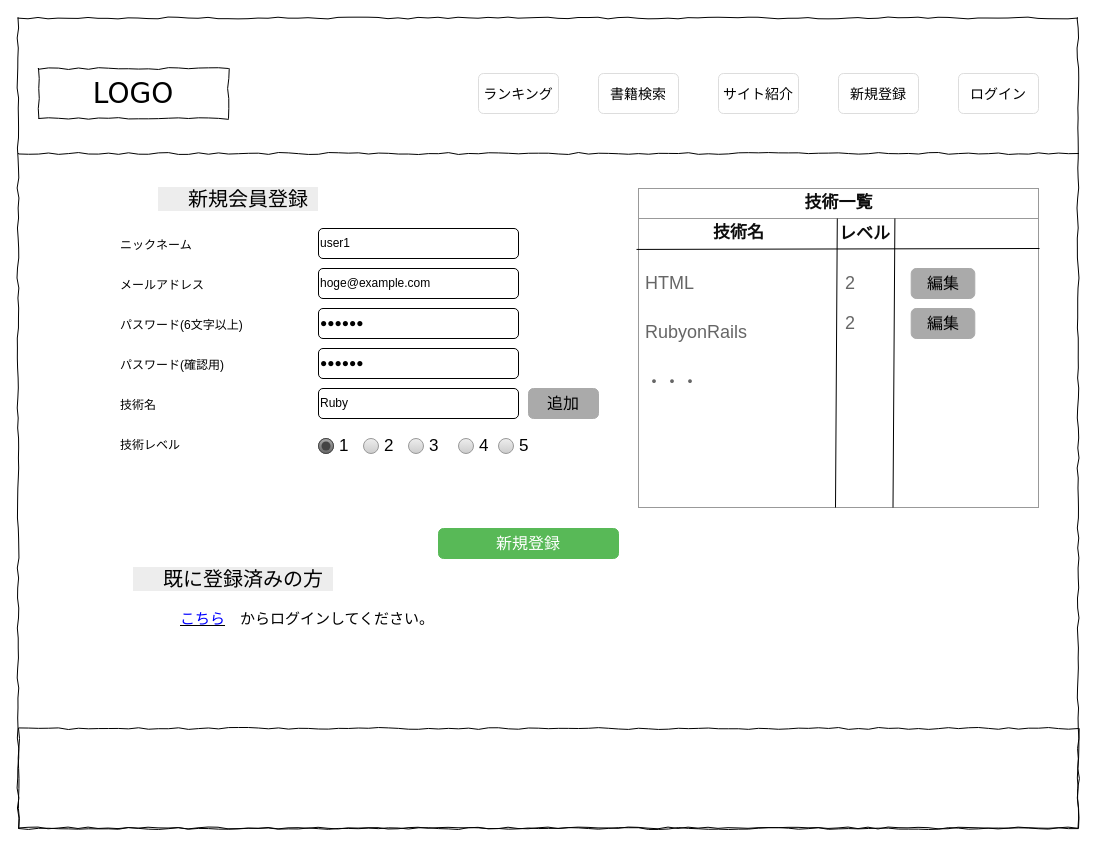
Above: page "会員登録" (5 of 21) of wire_TechnicalBookReviewers_user.drawio in MitsuruYako/TechnicalBookReviewers (draw.io), before the change. Source tidied: cells renumbered, new cells numbered last; positions are measured from the earlier drawing's top-left corner, leaving out a move shared by most shapes. Both pictures are drawn from the tidied source at 100%, with x=0, y=0 at pixel (18, 18).
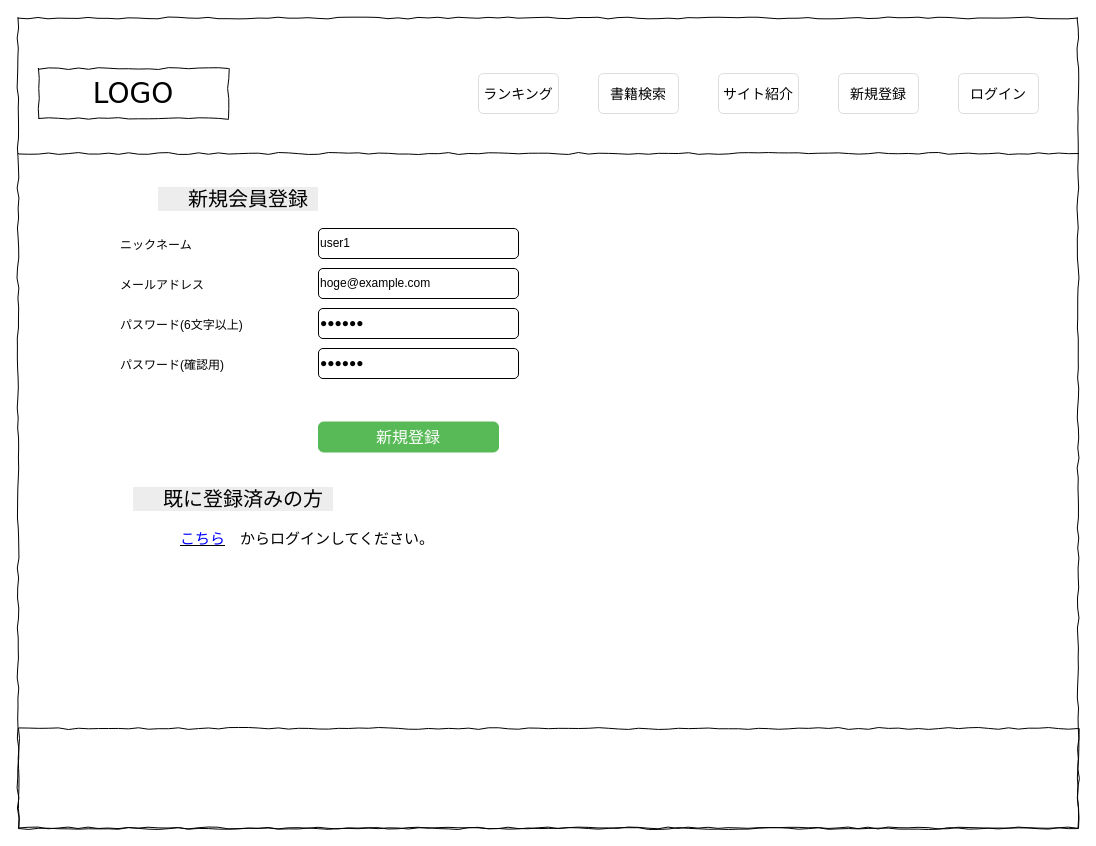
The same diagram, later.

Diff of the diagram source:
```diff
@@
-    <mxCell id="3" style="strokeWidth=1;shadow=0;dashed=0;align=center;html=1;shape=mxgraph.mockup.forms.rrect;rSize=0;strokeColor=#999999;fillColor=#ffffff;" parent="1" vertex="1">
-      <mxGeometry x="620" y="170" width="400" height="319" as="geometry" />
-    </mxCell>
-    <mxCell id="4" value="&lt;font color=&quot;#0d0d0d&quot;&gt;&lt;b&gt;技術名&lt;/b&gt;&lt;/font&gt;" style="strokeWidth=1;shadow=0;dashed=0;align=center;html=1;shape=mxgraph.mockup.forms.rrect;rSize=0;strokeColor=#FFFFFF;fontColor=#008cff;fontSize=17;fillColor=#ffffff;" parent="3" vertex="1">
-      <mxGeometry x="4.5" y="30" width="190.9" height="30" as="geometry" />
-    </mxCell>
-    <mxCell id="5" value="&lt;font color=&quot;#0d0d0d&quot;&gt;&lt;b&gt;レベル&lt;/b&gt;&lt;/font&gt;" style="strokeWidth=1;shadow=0;dashed=0;align=center;html=1;shape=mxgraph.mockup.forms.rrect;rSize=0;strokeColor=#FFFFFF;fontColor=#008cff;fontSize=17;fillColor=#ffffff;" parent="3" vertex="1">
-      <mxGeometry x="201" y="31" width="50" height="30" as="geometry" />
-    </mxCell>
-    <mxCell id="6" value="&lt;font color=&quot;#0d0d0d&quot;&gt;&lt;b&gt;技術一覧&lt;/b&gt;&lt;/font&gt;" style="strokeWidth=1;shadow=0;dashed=0;align=center;html=1;shape=mxgraph.mockup.forms.rrect;rSize=0;strokeColor=#999999;fontColor=#008cff;fontSize=17;fillColor=#ffffff;" parent="3" vertex="1">
-      <mxGeometry width="400" height="30" relative="1" as="geometry" />
-    </mxCell>
-    <mxCell id="7" style="endArrow=none;html=1;exitX=0.495;exitY=1;exitDx=0;exitDy=0;exitPerimeter=0;" parent="3" edge="1">
-      <mxGeometry relative="1" as="geometry">
-        <mxPoint x="197" y="319" as="sourcePoint" />
-        <mxPoint x="198.8" y="30" as="targetPoint" />
-      </mxGeometry>
-    </mxCell>
-    <mxCell id="8" style="endArrow=none;html=1;exitX=0.495;exitY=1;exitDx=0;exitDy=0;exitPerimeter=0;" parent="3" edge="1">
-      <mxGeometry relative="1" as="geometry">
-        <mxPoint x="254.5" y="319" as="sourcePoint" />
-        <mxPoint x="256.4" y="30" as="targetPoint" />
-      </mxGeometry>
-    </mxCell>
-    <mxCell id="9" value="&lt;span style=&quot;font-size: 18px&quot;&gt;HTML&lt;/span&gt;" style="strokeWidth=1;shadow=0;dashed=0;align=center;html=1;shape=mxgraph.mockup.forms.anchor;fontSize=17;fontColor=#666666;align=left;spacingLeft=5;" parent="3" vertex="1">
-      <mxGeometry width="181.82" height="50" relative="1" as="geometry">
-        <mxPoint y="70" as="offset" />
-      </mxGeometry>
-    </mxCell>
-    <mxCell id="10" value="&lt;font style=&quot;font-size: 18px&quot;&gt;RubyonRails&lt;/font&gt;" style="strokeWidth=1;shadow=0;dashed=0;align=center;html=1;shape=mxgraph.mockup.forms.anchor;fontSize=17;fontColor=#666666;align=left;spacingLeft=5;" parent="3" vertex="1">
-      <mxGeometry width="363.64" height="50" relative="1" as="geometry">
-        <mxPoint y="119" as="offset" />
-      </mxGeometry>
-    </mxCell>
-    <mxCell id="11" value="&lt;font style=&quot;font-size: 18px&quot;&gt;・・・&lt;/font&gt;" style="strokeWidth=1;shadow=0;dashed=0;align=center;html=1;shape=mxgraph.mockup.forms.anchor;fontSize=17;fontColor=#666666;align=left;spacingLeft=5;" parent="3" vertex="1">
-      <mxGeometry width="363.64" height="50" relative="1" as="geometry">
-        <mxPoint y="169" as="offset" />
-      </mxGeometry>
-    </mxCell>
-    <mxCell id="12" value="&lt;span style=&quot;font-size: 18px&quot;&gt;2&lt;/span&gt;" style="strokeWidth=1;shadow=0;dashed=0;align=center;html=1;shape=mxgraph.mockup.forms.anchor;fontSize=17;fontColor=#666666;align=left;spacingLeft=5;" parent="3" vertex="1">
-      <mxGeometry x="200" y="70" width="54.5" height="50" as="geometry" />
-    </mxCell>
-    <mxCell id="13" value="&lt;span style=&quot;font-size: 18px&quot;&gt;2&lt;/span&gt;" style="strokeWidth=1;shadow=0;dashed=0;align=center;html=1;shape=mxgraph.mockup.forms.anchor;fontSize=17;fontColor=#666666;align=left;spacingLeft=5;" parent="3" vertex="1">
-      <mxGeometry x="200" y="110" width="54.5" height="50" as="geometry" />
-    </mxCell>
-    <mxCell id="14" value="編集" style="html=1;shadow=0;dashed=0;shape=mxgraph.bootstrap.rrect;rSize=5;fillColor=#AAAAAA;align=center;strokeColor=#AAAAAA;fontColor=#000000;fontSize=16;whiteSpace=wrap;" parent="3" vertex="1">
-      <mxGeometry x="272.7" y="120" width="63.6" height="30" as="geometry" />
-    </mxCell>
-    <mxCell id="15" value="編集" style="html=1;shadow=0;dashed=0;shape=mxgraph.bootstrap.rrect;rSize=5;fillColor=#AAAAAA;align=center;strokeColor=#AAAAAA;fontColor=#000000;fontSize=16;whiteSpace=wrap;" parent="3" vertex="1">
-      <mxGeometry x="272.7" y="80" width="63.6" height="30" as="geometry" />
-    </mxCell>
-    <mxCell id="16" style="endArrow=none;html=1;exitX=-0.005;exitY=0.191;exitDx=0;exitDy=0;exitPerimeter=0;" parent="3" edge="1" source="3">
-      <mxGeometry relative="1" as="geometry">
-        <mxPoint x="401" y="60" as="targetPoint" />
-      </mxGeometry>
-    </mxCell>
@@
-    <mxCell id="25" value="&lt;span style=&quot;font-size: 12px&quot;&gt;技術名&lt;/span&gt;" style="text;html=1;strokeColor=none;fillColor=none;align=left;verticalAlign=middle;whiteSpace=wrap;rounded=0;fontSize=15;" parent="1" vertex="1">
-      <mxGeometry x="100" y="375" width="160" height="20" as="geometry" />
-    </mxCell>
-    <mxCell id="26" value="Ruby" style="rounded=1;whiteSpace=wrap;html=1;align=left;" parent="1" vertex="1">
-      <mxGeometry x="300" y="370" width="200" height="30" as="geometry" />
-    </mxCell>
@@
     <mxCell id="31" value="新規登録" style="html=1;shadow=0;dashed=0;shape=mxgraph.bootstrap.rrect;rSize=5;fillColor=#58B957;align=center;strokeColor=#58B957;fontColor=#ffffff;fontSize=16;whiteSpace=wrap;" parent="1" vertex="1">
-      <mxGeometry x="420" y="510" width="180" height="30" as="geometry" />
+      <mxGeometry x="300" y="403.5" width="180" height="30" as="geometry" />
     </mxCell>
     <mxCell id="32" value="&lt;u style=&quot;font-size: 15px&quot;&gt;&lt;font color=&quot;#0000ff&quot; style=&quot;font-size: 15px&quot;&gt;こちら&lt;/font&gt;&lt;/u&gt;　からログインしてください。" style="text;html=1;strokeColor=none;fillColor=none;align=left;verticalAlign=middle;whiteSpace=wrap;rounded=0;fontSize=15;" parent="1" vertex="1">
-      <mxGeometry x="160" y="590" width="296" height="20" as="geometry" />
+      <mxGeometry x="160" y="510" width="296" height="20" as="geometry" />
     </mxCell>
     <mxCell id="33" value="　既に登録済みの方　" style="text;html=1;strokeColor=none;fillColor=none;align=center;verticalAlign=middle;whiteSpace=wrap;rounded=0;labelBackgroundColor=#EDEDED;fontSize=20;" parent="1" vertex="1">
-      <mxGeometry x="20" y="550" width="390" height="20" as="geometry" />
+      <mxGeometry x="20" y="470" width="390" height="20" as="geometry" />
     </mxCell>
-    <mxCell id="34" value="&lt;span style=&quot;font-size: 12px&quot;&gt;技術レベル&lt;/span&gt;" style="text;html=1;strokeColor=none;fillColor=none;align=left;verticalAlign=middle;whiteSpace=wrap;rounded=0;fontSize=15;" parent="1" vertex="1">
-      <mxGeometry x="100" y="415" width="160" height="20" as="geometry" />
-    </mxCell>
-    <mxCell id="35" value="追加" style="html=1;shadow=0;dashed=0;shape=mxgraph.bootstrap.rrect;rSize=5;fillColor=#AAAAAA;align=center;strokeColor=#AAAAAA;fontColor=#000000;fontSize=16;whiteSpace=wrap;" parent="1" vertex="1">
-      <mxGeometry x="510" y="370" width="70" height="30" as="geometry" />
-    </mxCell>
-    <mxCell id="36" value="&lt;font color=&quot;#000000&quot;&gt;2&lt;/font&gt;" style="shape=ellipse;fillColor=#eeeeee;strokeColor=#999999;gradientColor=#cccccc;html=1;align=left;spacingLeft=4;fontSize=17;fontColor=#666666;labelPosition=right;shadow=0;" parent="1" vertex="1">
-      <mxGeometry x="345" y="420" width="15" height="15" as="geometry" />
-    </mxCell>
-    <mxCell id="37" value="&lt;font color=&quot;#000000&quot;&gt;1&lt;/font&gt;" style="shape=ellipse;fillColor=#eeeeee;strokeColor=#999999;gradientColor=#cccccc;html=1;align=left;spacingLeft=4;fontSize=17;fontColor=#666666;labelPosition=right;shadow=0;" parent="1" vertex="1">
-      <mxGeometry x="300" y="420" width="15" height="15" as="geometry" />
-    </mxCell>
-    <mxCell id="38" style="shape=ellipse;fillColor=#eeeeee;strokeColor=#999999;gradientColor=#cccccc;html=1;align=left;spacingLeft=4;fontSize=17;fontColor=#666666;labelPosition=right;shadow=0;" parent="1" vertex="1">
-      <mxGeometry x="300" y="420" width="15" height="15" as="geometry" />
-    </mxCell>
-    <mxCell id="39" style="shape=ellipse;rSize=0;fillColor=#aaaaaa;strokeColor=#444444;gradientColor=#666666;html=1;align=left;spacingLeft=4;fontSize=17;fontColor=#008cff;labelPosition=right;" parent="1" vertex="1">
-      <mxGeometry x="300" y="420" width="15" height="15" as="geometry" />
-    </mxCell>
-    <mxCell id="40" style="shape=ellipse;fillColor=#444444;strokeColor=none;html=1;" parent="39" vertex="1">
-      <mxGeometry x="3" y="3" width="9" height="9" as="geometry" />
-    </mxCell>
-    <mxCell id="41" value="&lt;font color=&quot;#000000&quot;&gt;3&lt;/font&gt;" style="shape=ellipse;fillColor=#eeeeee;strokeColor=#999999;gradientColor=#cccccc;html=1;align=left;spacingLeft=4;fontSize=17;fontColor=#666666;labelPosition=right;shadow=0;" parent="1" vertex="1">
-      <mxGeometry x="390" y="420" width="15" height="15" as="geometry" />
-    </mxCell>
-    <mxCell id="42" value="&lt;font color=&quot;#000000&quot;&gt;4&lt;/font&gt;" style="shape=ellipse;fillColor=#eeeeee;strokeColor=#999999;gradientColor=#cccccc;html=1;align=left;spacingLeft=4;fontSize=17;fontColor=#666666;labelPosition=right;shadow=0;" parent="1" vertex="1">
-      <mxGeometry x="440" y="420" width="15" height="15" as="geometry" />
-    </mxCell>
-    <mxCell id="43" value="&lt;font color=&quot;#000000&quot;&gt;5&lt;/font&gt;" style="shape=ellipse;fillColor=#eeeeee;strokeColor=#999999;gradientColor=#cccccc;html=1;align=left;spacingLeft=4;fontSize=17;fontColor=#666666;labelPosition=right;shadow=0;" parent="1" vertex="1">
-      <mxGeometry x="480" y="420" width="15" height="15" as="geometry" />
-    </mxCell>
```
